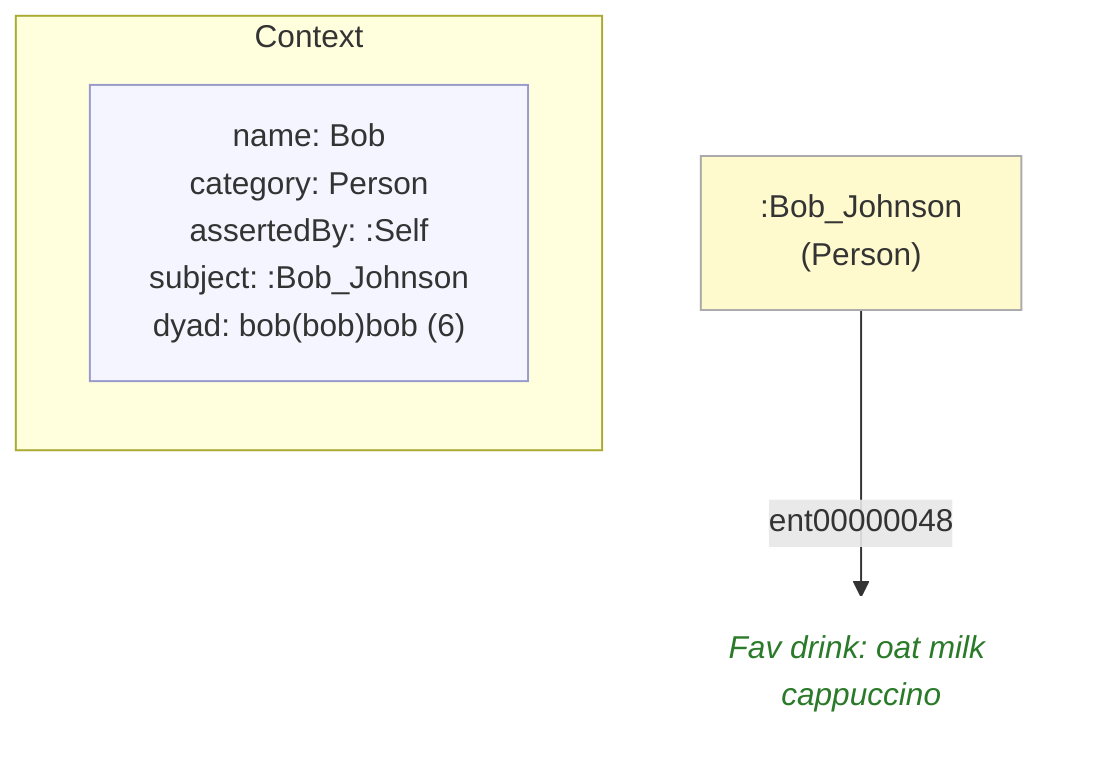
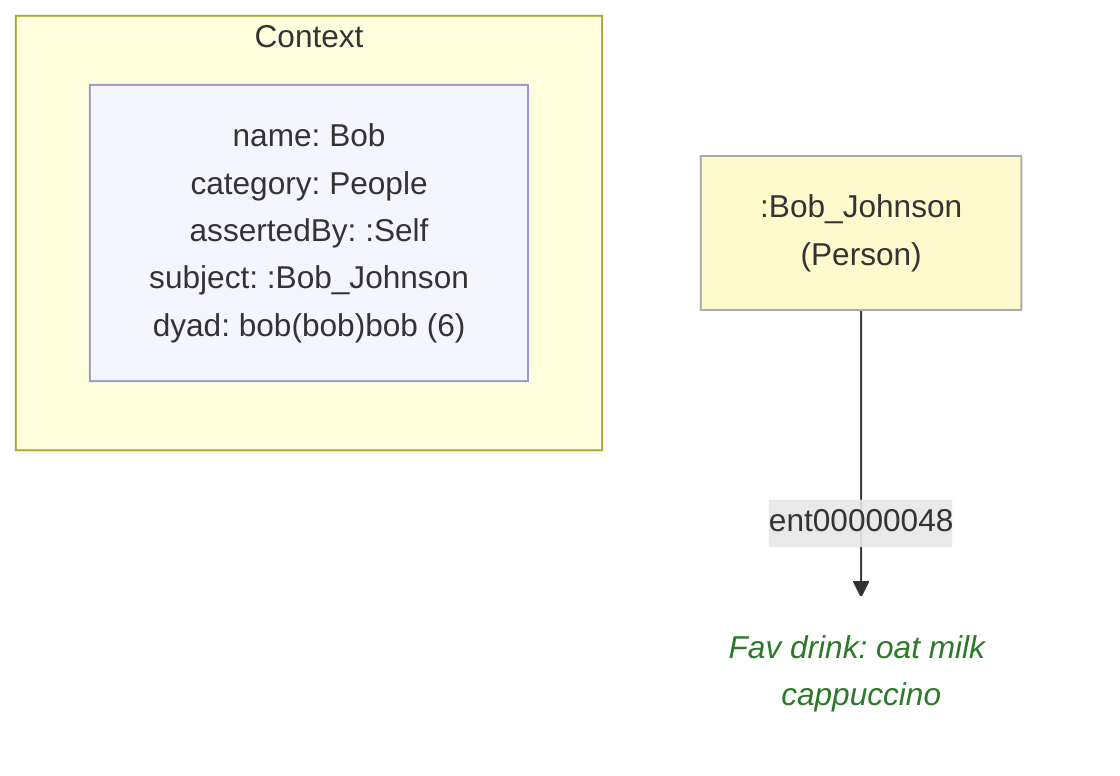
- %% ContextCategory: context:Person
+ %% ContextCategory: context:People
flowchart TD
    classDef person fill:#fffacd,stroke:#aaa,color:#333
    classDef grp    fill:#d4edda,stroke:#aaa,color:#333
    classDef org    fill:#cce5ff,stroke:#aaa,color:#333
    classDef lit    fill:none,stroke:none,font-style:italic,color:#2a7a2a
    classDef meta   fill:#f5f5ff,stroke:#9999cc,color:#333

    subgraph ctx["Context"]
        direction LR
-         ctx_meta["name: Bob\ncategory: Person\nassertedBy: :Self\nsubject: :Bob_Johnson\ndyad: bob(bob)bob (6)"]:::meta
+         ctx_meta["name: Bob\ncategory: People\nassertedBy: :Self\nsubject: :Bob_Johnson\ndyad: bob(bob)bob (6)"]:::meta
    end

    n166b15bd501b[":Bob_Johnson\n(Person)"]:::person
-     n1aec4c58e66b("Fav drink: oat milk cappuccino"):::lit
+     n7ddaef4666ca("Fav drink: oat milk cappuccino"):::lit

-     n166b15bd501b -->|"ent00000048"| n1aec4c58e66b
+     n166b15bd501b -->|"ent00000048"| n7ddaef4666ca
